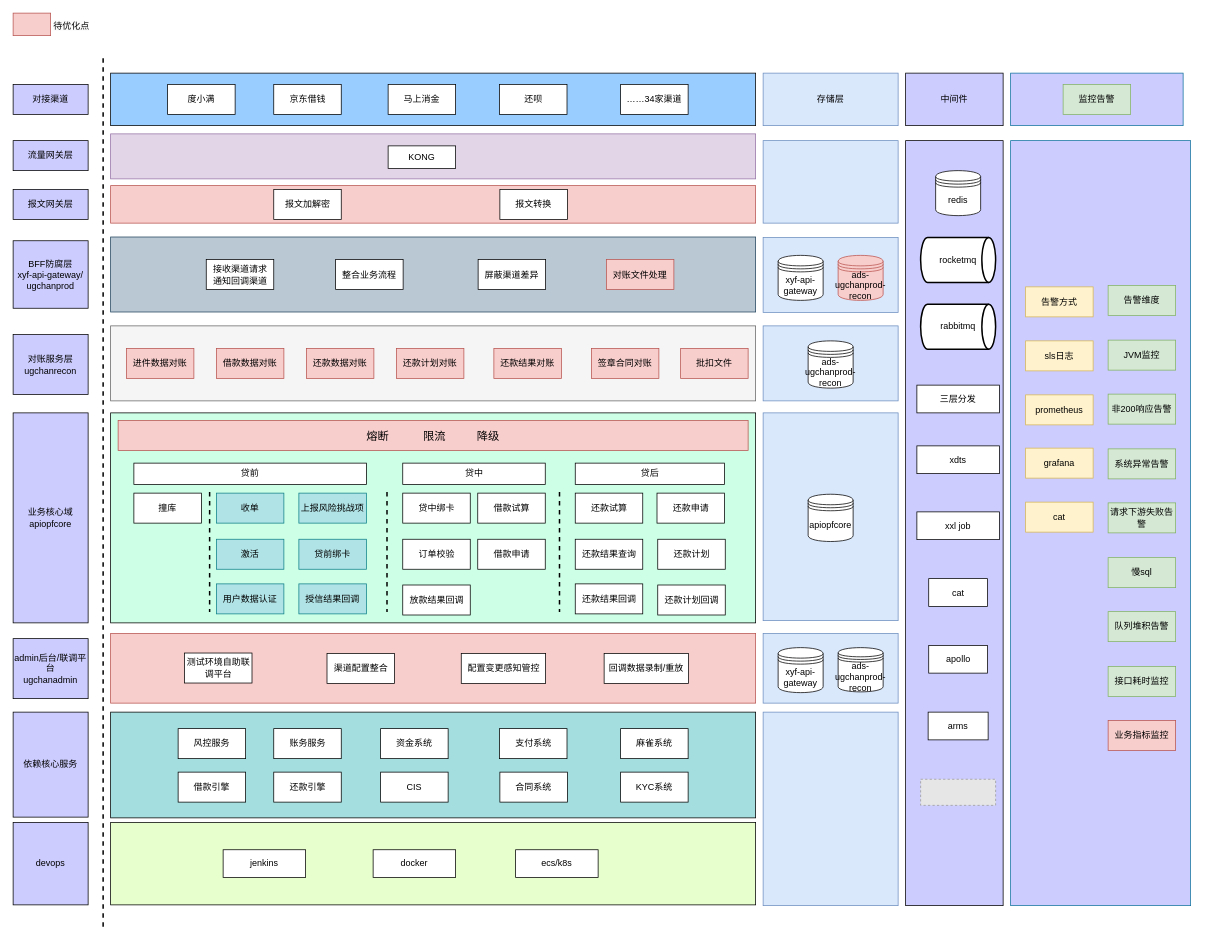
This is api渠道应用架构.drawio from yuanlj-tea/picgo, a draw.io file, before an edit. Source tidied: cells renumbered, new cells numbered last; positions are measured from the earlier drawing's top-left corner, leaving out a move shared by most shapes. Both pictures are drawn from the tidied source at 75%, with x=0, y=0 at pixel (13, 13). Pictures stored in the file or linked from it are replaced by grey dashed boxes.
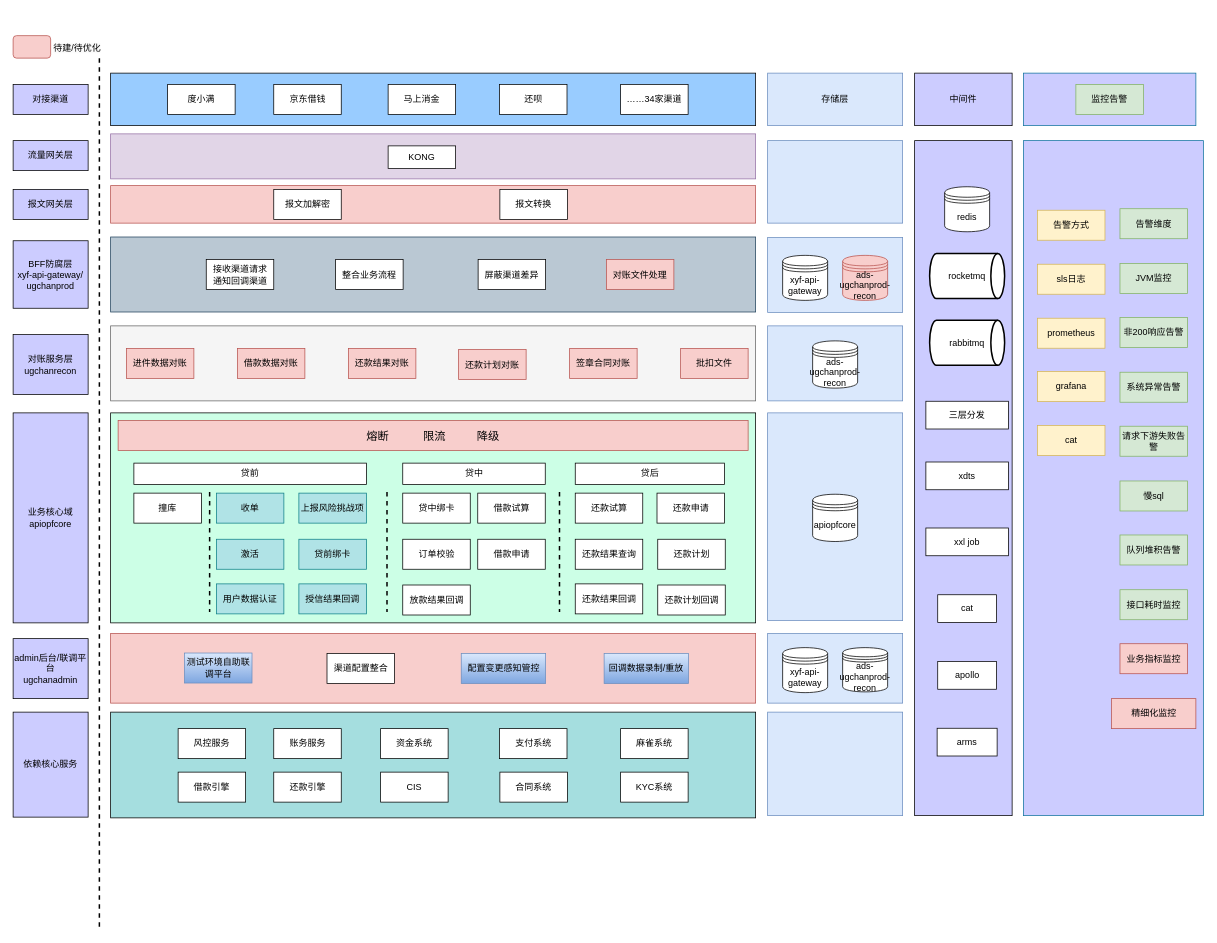
The same page after the edit.

Commit message:
更新api渠道应用架构.drawio

What changed in the source:
```diff
@@
     <mxCell id="5" style="endArrow=none;dashed=1;html=1;rounded=0;strokeWidth=2;" parent="1" edge="1">
       <mxGeometry relative="1" as="geometry">
-        <mxPoint x="120" y="60" as="sourcePoint" />
-        <mxPoint x="120" y="1220" as="targetPoint" />
+        <mxPoint x="115" y="60" as="sourcePoint" />
+        <mxPoint x="115" y="1220" as="targetPoint" />
       </mxGeometry>
     </mxCell>
@@
     <mxCell id="9" style="rounded=0;whiteSpace=wrap;html=1;fillColor=#CCCCFF;strokeColor=#10739e;" parent="1" vertex="1">
-      <mxGeometry x="1330" y="80" width="230" height="70" as="geometry" />
+      <mxGeometry x="1347" y="80" width="230" height="70" as="geometry" />
     </mxCell>
     <mxCell id="10" value="监控告警" style="rounded=0;whiteSpace=wrap;html=1;fillColor=#d5e8d4;strokeColor=#82b366;" parent="1" vertex="1">
-      <mxGeometry x="1400" y="95" width="90" height="40" as="geometry" />
+      <mxGeometry x="1417" y="95" width="90" height="40" as="geometry" />
     </mxCell>
@@
     <mxCell id="12" style="rounded=0;whiteSpace=wrap;html=1;fillColor=#CCCCFF;strokeColor=#10739e;" parent="1" vertex="1">
-      <mxGeometry x="1330" y="170" width="240" height="1020" as="geometry" />
+      <mxGeometry x="1347" y="170" width="240" height="900" as="geometry" />
     </mxCell>
@@
     <mxCell id="17" value="sls日志" style="rounded=0;whiteSpace=wrap;html=1;fillColor=#fff2cc;strokeColor=#d6b656;" parent="1" vertex="1">
-      <mxGeometry x="1350" y="437" width="90" height="40" as="geometry" />
+      <mxGeometry x="1365.8" y="334.8" width="90" height="40" as="geometry" />
     </mxCell>
     <mxCell id="18" value="非200响应告警" style="rounded=0;whiteSpace=wrap;html=1;fillColor=#d5e8d4;strokeColor=#82b366;" parent="1" vertex="1">
-      <mxGeometry x="1460" y="508" width="90" height="40" as="geometry" />
+      <mxGeometry x="1475.8" y="405.8" width="90" height="40" as="geometry" />
     </mxCell>
     <mxCell id="19" value="请求下游失败告警" style="rounded=0;whiteSpace=wrap;html=1;fillColor=#d5e8d4;strokeColor=#82b366;" parent="1" vertex="1">
-      <mxGeometry x="1460" y="653" width="90" height="40" as="geometry" />
+      <mxGeometry x="1475.8" y="550.8" width="90" height="40" as="geometry" />
     </mxCell>
     <mxCell id="20" value="prometheus" style="rounded=0;whiteSpace=wrap;html=1;fillColor=#fff2cc;strokeColor=#d6b656;" parent="1" vertex="1">
-      <mxGeometry x="1350" y="509" width="90" height="40" as="geometry" />
+      <mxGeometry x="1365.8" y="406.8" width="90" height="40" as="geometry" />
     </mxCell>
     <mxCell id="21" value="grafana" style="rounded=0;whiteSpace=wrap;html=1;fillColor=#fff2cc;strokeColor=#d6b656;" parent="1" vertex="1">
-      <mxGeometry x="1350" y="580" width="90" height="40" as="geometry" />
+      <mxGeometry x="1365.8" y="477.8" width="90" height="40" as="geometry" />
     </mxCell>
     <mxCell id="22" value="cat" style="rounded=0;whiteSpace=wrap;html=1;fillColor=#fff2cc;strokeColor=#d6b656;" parent="1" vertex="1">
-      <mxGeometry x="1350" y="652" width="90" height="40" as="geometry" />
+      <mxGeometry x="1365.8" y="549.8" width="90" height="40" as="geometry" />
     </mxCell>
     <mxCell id="23" value="慢sql" style="rounded=0;whiteSpace=wrap;html=1;fillColor=#d5e8d4;strokeColor=#82b366;" parent="1" vertex="1">
-      <mxGeometry x="1460" y="726" width="90" height="40" as="geometry" />
+      <mxGeometry x="1475.8" y="623.8" width="90" height="40" as="geometry" />
     </mxCell>
     <mxCell id="24" value="队列堆积告警" style="rounded=0;whiteSpace=wrap;html=1;fillColor=#d5e8d4;strokeColor=#82b366;" parent="1" vertex="1">
-      <mxGeometry x="1460" y="798" width="90" height="40" as="geometry" />
+      <mxGeometry x="1475.8" y="695.8" width="90" height="40" as="geometry" />
     </mxCell>
     <mxCell id="25" value="中间件" style="rounded=0;whiteSpace=wrap;html=1;fillColor=#CCCCFF;" parent="1" vertex="1">
-      <mxGeometry x="1190" y="80" width="130" height="70" as="geometry" />
+      <mxGeometry x="1202" y="80" width="130" height="70" as="geometry" />
     </mxCell>
     <mxCell id="26" style="rounded=0;whiteSpace=wrap;html=1;fillColor=#CCCCFF;" parent="1" vertex="1">
-      <mxGeometry x="1190" y="170" width="130" height="1020" as="geometry" />
+      <mxGeometry x="1202" y="170" width="130" height="900" as="geometry" />
     </mxCell>
@@
-    <mxCell id="29" value="devops" style="rounded=0;whiteSpace=wrap;html=1;fillColor=#CCCCFF;" parent="1" vertex="1">
-      <mxGeometry y="1079" width="100" height="110" as="geometry" />
-    </mxCell>
-    <mxCell id="30" style="rounded=0;whiteSpace=wrap;html=1;fillColor=#E6FFCC;" parent="1" vertex="1">
-      <mxGeometry x="130" y="1079" width="860" height="110" as="geometry" />
-    </mxCell>
-    <mxCell id="31" value="jenkins" style="rounded=0;whiteSpace=wrap;html=1;" parent="1" vertex="1">
-      <mxGeometry x="280" y="1115.5" width="110" height="37" as="geometry" />
-    </mxCell>
-    <mxCell id="32" value="ecs/k8s" style="rounded=0;whiteSpace=wrap;html=1;" parent="1" vertex="1">
-      <mxGeometry x="670" y="1115.5" width="110" height="37" as="geometry" />
-    </mxCell>
@@
     <mxCell id="34" value="接口耗时监控" style="rounded=0;whiteSpace=wrap;html=1;fillColor=#d5e8d4;strokeColor=#82b366;" parent="1" vertex="1">
-      <mxGeometry x="1460" y="871" width="90" height="40" as="geometry" />
+      <mxGeometry x="1475.8" y="768.8" width="90" height="40" as="geometry" />
     </mxCell>
     <mxCell id="35" value="系统异常告警" style="rounded=0;whiteSpace=wrap;html=1;fillColor=#d5e8d4;strokeColor=#82b366;" parent="1" vertex="1">
-      <mxGeometry x="1460" y="581" width="90" height="40" as="geometry" />
+      <mxGeometry x="1475.8" y="478.8" width="90" height="40" as="geometry" />
     </mxCell>
     <mxCell id="36" value="redis" style="shape=datastore;whiteSpace=wrap;html=1;" parent="1" vertex="1">
-      <mxGeometry x="1230" y="210" width="60" height="60" as="geometry" />
+      <mxGeometry x="1242" y="231.5" width="60" height="60" as="geometry" />
     </mxCell>
@@
     <mxCell id="44" value="业务指标监控" style="rounded=0;whiteSpace=wrap;html=1;fillColor=#f8cecc;strokeColor=#b85450;" parent="1" vertex="1">
-      <mxGeometry x="1460" y="943" width="90" height="40" as="geometry" />
+      <mxGeometry x="1475.8" y="840.8" width="90" height="40" as="geometry" />
     </mxCell>
     <mxCell id="45" value="JVM监控" style="rounded=0;whiteSpace=wrap;html=1;fillColor=#d5e8d4;strokeColor=#82b366;" parent="1" vertex="1">
-      <mxGeometry x="1460" y="436" width="90" height="40" as="geometry" />
+      <mxGeometry x="1475.8" y="333.8" width="90" height="40" as="geometry" />
     </mxCell>
@@
     <mxCell id="47" value="告警方式" style="rounded=0;whiteSpace=wrap;html=1;fillColor=#fff2cc;strokeColor=#d6b656;" parent="1" vertex="1">
-      <mxGeometry x="1350" y="365" width="90" height="40" as="geometry" />
+      <mxGeometry x="1365.8" y="262.8" width="90" height="40" as="geometry" />
     </mxCell>
     <mxCell id="48" value="告警维度" style="rounded=0;whiteSpace=wrap;html=1;fillColor=#d5e8d4;strokeColor=#82b366;" parent="1" vertex="1">
-      <mxGeometry x="1460" y="363" width="90" height="40" as="geometry" />
+      <mxGeometry x="1475.8" y="260.8" width="90" height="40" as="geometry" />
     </mxCell>
@@
     <mxCell id="55" value="xxl job" style="rounded=0;whiteSpace=wrap;html=1;" parent="1" vertex="1">
-      <mxGeometry x="1205" y="665" width="110" height="37" as="geometry" />
+      <mxGeometry x="1217" y="686.5" width="110" height="37" as="geometry" />
     </mxCell>
     <mxCell id="56" value="rocketmq" style="strokeWidth=2;html=1;shape=mxgraph.flowchart.direct_data;whiteSpace=wrap;" parent="1" vertex="1">
-      <mxGeometry x="1210" y="299" width="100" height="60" as="geometry" />
+      <mxGeometry x="1222" y="320.5" width="100" height="60" as="geometry" />
     </mxCell>
@@
-    <mxCell id="70" style="fillColor=#E6E6E6;strokeColor=#999999;dashed=1;verticalLabelPosition=bottom;labelBackgroundColor=default;verticalAlign=top;" parent="1" vertex="1">
-      <mxGeometry x="1210" y="1021.5" width="100" height="34.8" as="geometry" />
-    </mxCell>
@@
-    <mxCell id="77" value="docker" style="rounded=0;whiteSpace=wrap;html=1;" parent="1" vertex="1">
-      <mxGeometry x="480" y="1115.5" width="110" height="37" as="geometry" />
-    </mxCell>
     <mxCell id="78" value="arms" style="rounded=0;whiteSpace=wrap;html=1;" parent="1" vertex="1">
-      <mxGeometry x="1220" y="932" width="80" height="37" as="geometry" />
+      <mxGeometry x="1232" y="953.5" width="80" height="37" as="geometry" />
     </mxCell>
     <mxCell id="79" value="apollo" style="rounded=0;whiteSpace=wrap;html=1;" parent="1" vertex="1">
-      <mxGeometry x="1220.8" y="843" width="78.5" height="37" as="geometry" />
+      <mxGeometry x="1232.8" y="864.5" width="78.5" height="37" as="geometry" />
     </mxCell>
     <mxCell id="80" value="cat" style="rounded=0;whiteSpace=wrap;html=1;" parent="1" vertex="1">
-      <mxGeometry x="1220.8" y="754" width="78.5" height="37" as="geometry" />
+      <mxGeometry x="1232.8" y="775.5" width="78.5" height="37" as="geometry" />
     </mxCell>
@@
     <mxCell id="82" value="存储层" style="rounded=0;whiteSpace=wrap;html=1;fillColor=#dae8fc;strokeColor=#6c8ebf;" parent="1" vertex="1">
-      <mxGeometry x="1000" y="80" width="180" height="70" as="geometry" />
+      <mxGeometry x="1006" y="80" width="180" height="70" as="geometry" />
     </mxCell>
     <mxCell id="83" style="rounded=0;whiteSpace=wrap;html=1;fillColor=#dae8fc;strokeColor=#6c8ebf;" parent="1" vertex="1">
-      <mxGeometry x="1000" y="299" width="180" height="100" as="geometry" />
+      <mxGeometry x="1006" y="299" width="180" height="100" as="geometry" />
     </mxCell>
@@
     <mxCell id="90" value="rabbitmq" style="strokeWidth=2;html=1;shape=mxgraph.flowchart.direct_data;whiteSpace=wrap;" parent="1" vertex="1">
-      <mxGeometry x="1210" y="388" width="100" height="60" as="geometry" />
+      <mxGeometry x="1222" y="409.5" width="100" height="60" as="geometry" />
     </mxCell>
     <mxCell id="91" value="三层分发" style="rounded=0;whiteSpace=wrap;html=1;" parent="1" vertex="1">
-      <mxGeometry x="1205" y="496" width="110" height="37" as="geometry" />
+      <mxGeometry x="1217" y="517.5" width="110" height="37" as="geometry" />
     </mxCell>
     <mxCell id="92" value="xdts" style="rounded=0;whiteSpace=wrap;html=1;" parent="1" vertex="1">
-      <mxGeometry x="1205" y="577" width="110" height="37" as="geometry" />
+      <mxGeometry x="1217" y="598.5" width="110" height="37" as="geometry" />
     </mxCell>
@@
     <mxCell id="94" value="借款数据对账" style="rounded=0;whiteSpace=wrap;html=1;fillColor=#f8cecc;strokeColor=#b85450;" parent="1" vertex="1">
-      <mxGeometry x="271" y="447" width="90" height="40" as="geometry" />
+      <mxGeometry x="299" y="447" width="90" height="40" as="geometry" />
     </mxCell>
-    <mxCell id="95" value="还款数据对账" style="rounded=0;whiteSpace=wrap;html=1;fillColor=#f8cecc;strokeColor=#b85450;" parent="1" vertex="1">
-      <mxGeometry x="391" y="447" width="90" height="40" as="geometry" />
-    </mxCell>
     <mxCell id="96" value="还款计划对账" style="rounded=0;whiteSpace=wrap;html=1;fillColor=#f8cecc;strokeColor=#b85450;" parent="1" vertex="1">
-      <mxGeometry x="511" y="447" width="90" height="40" as="geometry" />
+      <mxGeometry x="594" y="448.5" width="90" height="40" as="geometry" />
     </mxCell>
     <mxCell id="97" value="还款结果对账" style="rounded=0;whiteSpace=wrap;html=1;fillColor=#f8cecc;strokeColor=#b85450;" parent="1" vertex="1">
-      <mxGeometry x="641" y="447" width="90" height="40" as="geometry" />
+      <mxGeometry x="447" y="447" width="90" height="40" as="geometry" />
     </mxCell>
-    <mxCell id="98" style="rounded=0;whiteSpace=wrap;html=1;fillColor=#f8cecc;strokeColor=#b85450;" parent="1" vertex="1">
-      <mxGeometry width="50" height="30" as="geometry" />
+    <mxCell id="98" style="rounded=1;whiteSpace=wrap;html=1;fillColor=#f8cecc;strokeColor=#b85450;gradientColor=none;glass=0;shadow=0;" parent="1" vertex="1">
+      <mxGeometry y="30" width="50" height="30" as="geometry" />
     </mxCell>
-    <mxCell id="99" value="&lt;span style=&quot;color: rgb(0, 0, 0); font-family: Helvetica; font-size: 12px; font-style: normal; font-variant-ligatures: normal; font-variant-caps: normal; font-weight: 400; letter-spacing: normal; orphans: 2; text-align: center; text-indent: 0px; text-transform: none; widows: 2; word-spacing: 0px; -webkit-text-stroke-width: 0px; white-space: normal; background-color: rgb(251, 251, 251); text-decoration-thickness: initial; text-decoration-style: initial; text-decoration-color: initial; display: inline !important; float: none;&quot;&gt;待优化点&lt;/span&gt;" style="text;whiteSpace=wrap;html=1;" parent="1" vertex="1">
-      <mxGeometry x="52" y="3" width="55" height="27" as="geometry" />
+    <mxCell id="99" value="&lt;span style=&quot;color: rgb(0, 0, 0); font-family: Helvetica; font-size: 12px; font-style: normal; font-variant-ligatures: normal; font-variant-caps: normal; font-weight: 400; letter-spacing: normal; orphans: 2; text-align: center; text-indent: 0px; text-transform: none; widows: 2; word-spacing: 0px; -webkit-text-stroke-width: 0px; white-space: normal; background-color: rgb(251, 251, 251); text-decoration-thickness: initial; text-decoration-style: initial; text-decoration-color: initial; display: inline !important; float: none;&quot;&gt;待建/待优化&lt;/span&gt;" style="text;whiteSpace=wrap;html=1;" parent="1" vertex="1">
+      <mxGeometry x="52" y="33" width="68" height="27" as="geometry" />
     </mxCell>
     <mxCell id="100" value="签章合同对账" style="rounded=0;whiteSpace=wrap;html=1;fillColor=#f8cecc;strokeColor=#b85450;" parent="1" vertex="1">
-      <mxGeometry x="771" y="447" width="90" height="40" as="geometry" />
+      <mxGeometry x="742" y="447" width="90" height="40" as="geometry" />
     </mxCell>
@@
-    <mxCell id="105" value="配置变更感知管控" style="rounded=0;whiteSpace=wrap;html=1;" parent="1" vertex="1">
+    <mxCell id="105" value="配置变更感知管控" style="rounded=0;whiteSpace=wrap;html=1;fillColor=#dae8fc;strokeColor=#6c8ebf;gradientColor=#7ea6e0;" parent="1" vertex="1">
       <mxGeometry x="597.5" y="853.8" width="112.5" height="40" as="geometry" />
     </mxCell>
     <mxCell id="106" value="xyf-api-gateway" style="shape=datastore;whiteSpace=wrap;html=1;" parent="1" vertex="1">
-      <mxGeometry x="1020" y="323" width="60" height="60" as="geometry" />
+      <mxGeometry x="1026" y="323" width="60" height="60" as="geometry" />
     </mxCell>
     <mxCell id="107" value="ads-ugchanprod-recon" style="shape=datastore;whiteSpace=wrap;html=1;fillColor=#f8cecc;strokeColor=#b85450;" parent="1" vertex="1">
-      <mxGeometry x="1100" y="323" width="60" height="60" as="geometry" />
+      <mxGeometry x="1106" y="323" width="60" height="60" as="geometry" />
     </mxCell>
     <mxCell id="108" style="rounded=0;whiteSpace=wrap;html=1;fillColor=#dae8fc;strokeColor=#6c8ebf;" parent="1" vertex="1">
-      <mxGeometry x="1000" y="417" width="180" height="100" as="geometry" />
+      <mxGeometry x="1006" y="417" width="180" height="100" as="geometry" />
     </mxCell>
     <mxCell id="109" value="ads-ugchanprod-recon" style="shape=datastore;whiteSpace=wrap;html=1;" parent="1" vertex="1">
-      <mxGeometry x="1060" y="437" width="60" height="63" as="geometry" />
+      <mxGeometry x="1066" y="437" width="60" height="63" as="geometry" />
     </mxCell>
     <mxCell id="110" style="rounded=0;whiteSpace=wrap;html=1;fillColor=#dae8fc;strokeColor=#6c8ebf;" parent="1" vertex="1">
-      <mxGeometry x="1000" y="170" width="180" height="110" as="geometry" />
+      <mxGeometry x="1006" y="170" width="180" height="110" as="geometry" />
     </mxCell>
@@
-    <mxCell id="118" value="回调数据录制/重放" style="rounded=0;whiteSpace=wrap;html=1;" parent="1" vertex="1">
+    <mxCell id="118" value="回调数据录制/重放" style="rounded=0;whiteSpace=wrap;html=1;fillColor=#dae8fc;gradientColor=#7ea6e0;strokeColor=#6c8ebf;" parent="1" vertex="1">
       <mxGeometry x="788" y="853.8" width="112.5" height="40" as="geometry" />
     </mxCell>
     <mxCell id="119" style="rounded=0;whiteSpace=wrap;html=1;fillColor=#dae8fc;strokeColor=#6c8ebf;" parent="1" vertex="1">
-      <mxGeometry x="1000" y="533" width="180" height="277" as="geometry" />
+      <mxGeometry x="1006" y="533" width="180" height="277" as="geometry" />
     </mxCell>
     <mxCell id="120" value="apiopfcore" style="shape=datastore;whiteSpace=wrap;html=1;" parent="1" vertex="1">
-      <mxGeometry x="1060" y="641.5" width="60" height="63" as="geometry" />
+      <mxGeometry x="1066" y="641.5" width="60" height="63" as="geometry" />
     </mxCell>
     <mxCell id="121" style="rounded=0;whiteSpace=wrap;html=1;fillColor=#dae8fc;strokeColor=#6c8ebf;" parent="1" vertex="1">
-      <mxGeometry x="1000" y="827" width="180" height="93" as="geometry" />
+      <mxGeometry x="1006" y="827" width="180" height="93" as="geometry" />
     </mxCell>
     <mxCell id="122" value="xyf-api-gateway" style="shape=datastore;whiteSpace=wrap;html=1;" parent="1" vertex="1">
-      <mxGeometry x="1020" y="846" width="60" height="60" as="geometry" />
+      <mxGeometry x="1026" y="846" width="60" height="60" as="geometry" />
     </mxCell>
     <mxCell id="123" value="ads-ugchanprod-recon" style="shape=datastore;whiteSpace=wrap;html=1;" parent="1" vertex="1">
-      <mxGeometry x="1100" y="846" width="60" height="59" as="geometry" />
+      <mxGeometry x="1106" y="846" width="60" height="59" as="geometry" />
     </mxCell>
     <mxCell id="124" style="rounded=0;whiteSpace=wrap;html=1;fillColor=#dae8fc;strokeColor=#6c8ebf;" parent="1" vertex="1">
-      <mxGeometry x="1000" y="932" width="180" height="258" as="geometry" />
+      <mxGeometry x="1006" y="932" width="180" height="138" as="geometry" />
     </mxCell>
-    <mxCell id="125" value="测试环境自助联调平台" style="rounded=0;whiteSpace=wrap;html=1;" parent="1" vertex="1">
+    <mxCell id="125" value="测试环境自助联调平台" style="rounded=0;whiteSpace=wrap;html=1;fillColor=#dae8fc;gradientColor=#7ea6e0;strokeColor=#6c8ebf;" parent="1" vertex="1">
       <mxGeometry x="228.5" y="853.2" width="90" height="40" as="geometry" />
     </mxCell>
+    <mxCell id="126" value="精细化监控" style="rounded=0;whiteSpace=wrap;html=1;fillColor=#f8cecc;strokeColor=#b85450;" parent="1" vertex="1">
+      <mxGeometry x="1464.5" y="914" width="112.5" height="40" as="geometry" />
+    </mxCell>
```
